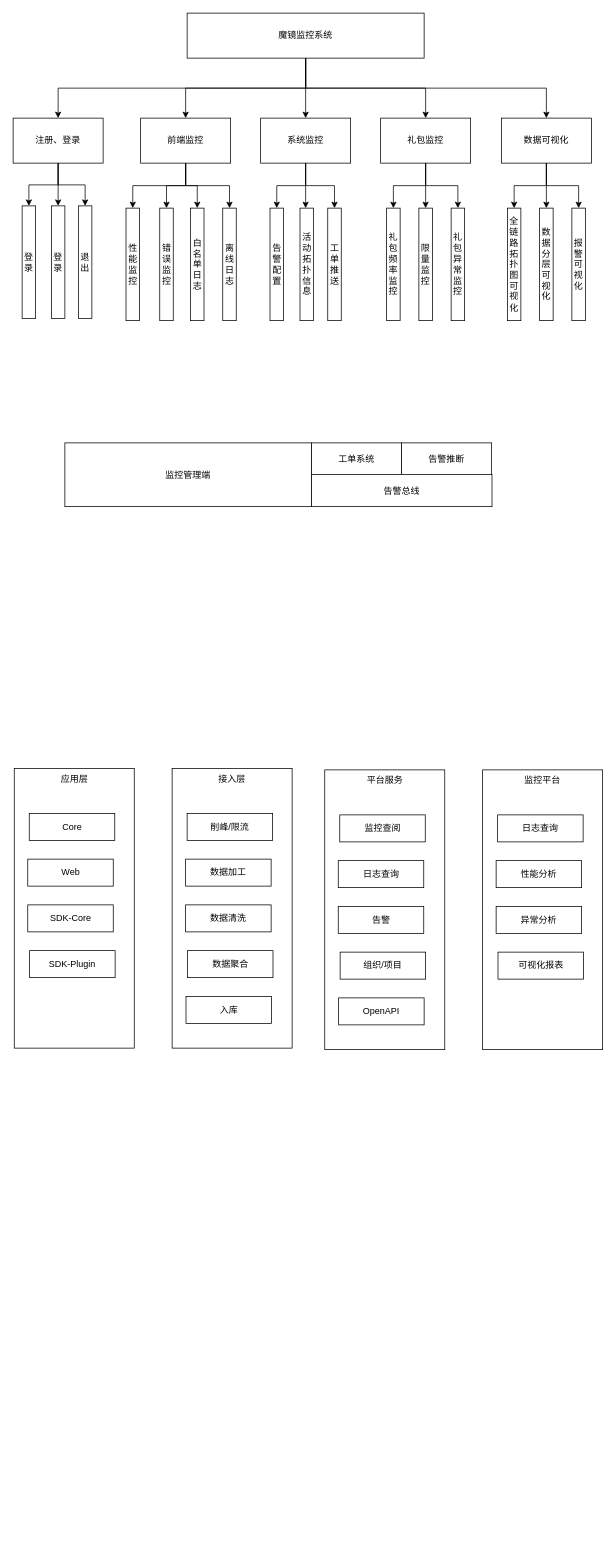
The draw.io diagram 系统架构设计.drawio in FelixTt/repositoryForDraw.io, before the edit. Source tidied: cells renumbered, new cells numbered last; positions are measured from the earlier drawing's top-left corner, leaving out a move shared by most shapes. Both pictures are drawn from the tidied source at 75%, with x=0, y=0 at pixel (13, 13).
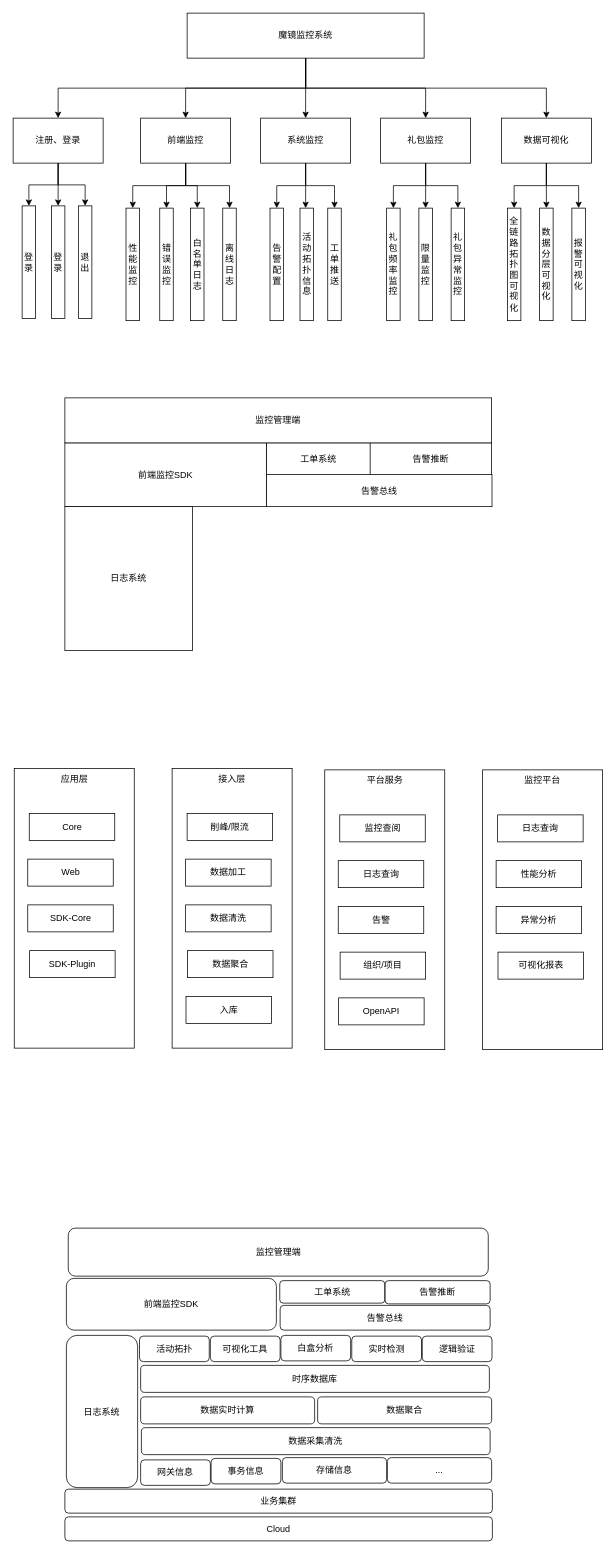
The same page after the edit.

Commit message:
Update 系统架构设计.drawio

Change to the diagram source:
```diff
@@
-    <mxCell id="45" value="监控管理端" style="rounded=0;whiteSpace=wrap;html=1;" parent="1" vertex="1">
-      <mxGeometry x="69" y="573" width="329" height="85" as="geometry" />
+    <mxCell id="45" value="前端监控SDK" style="rounded=0;whiteSpace=wrap;html=1;" parent="1" vertex="1">
+      <mxGeometry x="69" y="573" width="269" height="85" as="geometry" />
     </mxCell>
     <mxCell id="46" value="工单系统" style="rounded=0;whiteSpace=wrap;html=1;" parent="1" vertex="1">
-      <mxGeometry x="398" y="573" width="120" height="43" as="geometry" />
+      <mxGeometry x="338" y="573" width="139" height="43" as="geometry" />
     </mxCell>
     <mxCell id="47" value="告警推断" style="rounded=0;whiteSpace=wrap;html=1;" parent="1" vertex="1">
-      <mxGeometry x="518" y="573" width="120" height="43" as="geometry" />
+      <mxGeometry x="476" y="573" width="162" height="43" as="geometry" />
     </mxCell>
     <mxCell id="48" value="告警总线" style="rounded=0;whiteSpace=wrap;html=1;" parent="1" vertex="1">
-      <mxGeometry x="398" y="615" width="240.5" height="43" as="geometry" />
+      <mxGeometry x="338" y="615" width="300.5" height="43" as="geometry" />
     </mxCell>
@@
+    <mxCell id="71" value="监控管理端" style="rounded=0;whiteSpace=wrap;html=1;" parent="1" vertex="1">
+      <mxGeometry x="69" y="513" width="569" height="60" as="geometry" />
+    </mxCell>
+    <mxCell id="72" value="日志系统" style="rounded=0;whiteSpace=wrap;html=1;" parent="1" vertex="1">
+      <mxGeometry x="69" y="658" width="170" height="192" as="geometry" />
+    </mxCell>
+    <mxCell id="73" value="监控管理端" style="rounded=1;whiteSpace=wrap;html=1;" parent="1" vertex="1">
+      <mxGeometry x="73.5" y="1620" width="560" height="64" as="geometry" />
+    </mxCell>
+    <mxCell id="74" value="前端监控SDK" style="rounded=1;whiteSpace=wrap;html=1;" parent="1" vertex="1">
+      <mxGeometry x="71" y="1687" width="280" height="69" as="geometry" />
+    </mxCell>
+    <mxCell id="75" value="工单系统" style="rounded=1;whiteSpace=wrap;html=1;" parent="1" vertex="1">
+      <mxGeometry x="355.5" y="1690" width="140" height="30" as="geometry" />
+    </mxCell>
+    <mxCell id="76" value="告警推断" style="rounded=1;whiteSpace=wrap;html=1;" parent="1" vertex="1">
+      <mxGeometry x="496" y="1690" width="140" height="31" as="geometry" />
+    </mxCell>
+    <mxCell id="77" value="告警总线" style="rounded=1;whiteSpace=wrap;html=1;" parent="1" vertex="1">
+      <mxGeometry x="356" y="1723" width="280" height="33" as="geometry" />
+    </mxCell>
+    <mxCell id="78" value="日志系统" style="rounded=1;whiteSpace=wrap;html=1;" parent="1" vertex="1">
+      <mxGeometry x="71" y="1763" width="95" height="203" as="geometry" />
+    </mxCell>
+    <mxCell id="79" value="活动拓扑" style="rounded=1;whiteSpace=wrap;html=1;" parent="1" vertex="1">
+      <mxGeometry x="168.5" y="1764" width="93" height="34" as="geometry" />
+    </mxCell>
+    <mxCell id="80" value="可视化工具" style="rounded=1;whiteSpace=wrap;html=1;" parent="1" vertex="1">
+      <mxGeometry x="263" y="1764" width="93" height="34" as="geometry" />
+    </mxCell>
+    <mxCell id="81" value="白盒分析" style="rounded=1;whiteSpace=wrap;html=1;" parent="1" vertex="1">
+      <mxGeometry x="357" y="1763" width="93" height="34" as="geometry" />
+    </mxCell>
+    <mxCell id="82" value="实时检测" style="rounded=1;whiteSpace=wrap;html=1;" parent="1" vertex="1">
+      <mxGeometry x="451.5" y="1764" width="93" height="34" as="geometry" />
+    </mxCell>
+    <mxCell id="83" value="逻辑验证" style="rounded=1;whiteSpace=wrap;html=1;" parent="1" vertex="1">
+      <mxGeometry x="545.5" y="1764" width="93" height="34" as="geometry" />
+    </mxCell>
+    <mxCell id="84" value="时序数据库" style="rounded=1;whiteSpace=wrap;html=1;" parent="1" vertex="1">
+      <mxGeometry x="170" y="1803" width="465" height="36" as="geometry" />
+    </mxCell>
+    <mxCell id="85" value="数据实时计算" style="rounded=1;whiteSpace=wrap;html=1;" parent="1" vertex="1">
+      <mxGeometry x="170" y="1845" width="232" height="36" as="geometry" />
+    </mxCell>
+    <mxCell id="86" value="数据聚合" style="rounded=1;whiteSpace=wrap;html=1;" parent="1" vertex="1">
+      <mxGeometry x="406" y="1845" width="232" height="36" as="geometry" />
+    </mxCell>
+    <mxCell id="87" value="数据采集清洗" style="rounded=1;whiteSpace=wrap;html=1;" parent="1" vertex="1">
+      <mxGeometry x="171" y="1886" width="465" height="36" as="geometry" />
+    </mxCell>
+    <mxCell id="88" value="网关信息" style="rounded=1;whiteSpace=wrap;html=1;" parent="1" vertex="1">
+      <mxGeometry x="170" y="1929" width="93" height="34" as="geometry" />
+    </mxCell>
+    <mxCell id="89" value="事务信息" style="rounded=1;whiteSpace=wrap;html=1;" parent="1" vertex="1">
+      <mxGeometry x="264" y="1927" width="93" height="34" as="geometry" />
+    </mxCell>
+    <mxCell id="90" value="存储信息" style="rounded=1;whiteSpace=wrap;html=1;" parent="1" vertex="1">
+      <mxGeometry x="359" y="1926" width="139" height="34" as="geometry" />
+    </mxCell>
+    <mxCell id="91" value="..." style="rounded=1;whiteSpace=wrap;html=1;" parent="1" vertex="1">
+      <mxGeometry x="499" y="1926" width="139" height="34" as="geometry" />
+    </mxCell>
+    <mxCell id="92" value="业务集群" style="rounded=1;whiteSpace=wrap;html=1;" parent="1" vertex="1">
+      <mxGeometry x="69" y="1968" width="570" height="32" as="geometry" />
+    </mxCell>
+    <mxCell id="93" value="Cloud" style="rounded=1;whiteSpace=wrap;html=1;" parent="1" vertex="1">
+      <mxGeometry x="69" y="2005" width="570" height="32" as="geometry" />
+    </mxCell>
```
